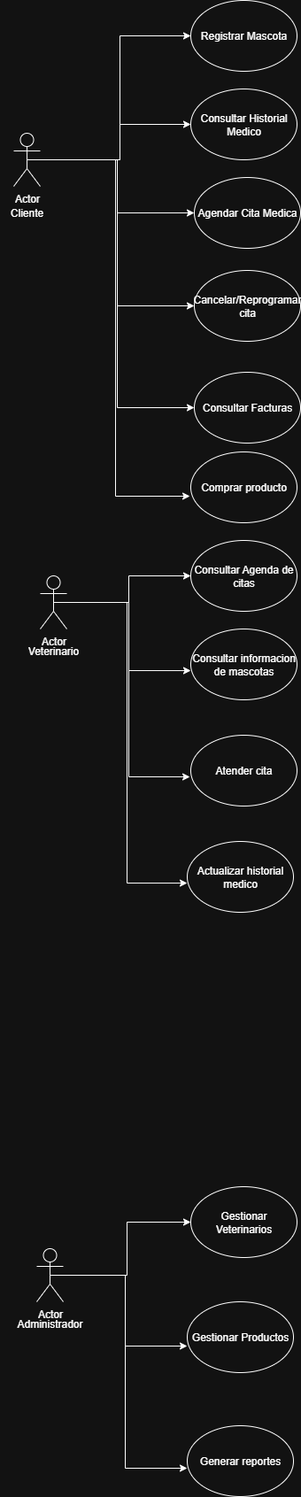
This is docs/uml/casoUso.png from DiegoFernandoChavarroCastillo/PetCare360, a draw.io export, as it was before one commit. Source tidied: cells renumbered, new cells last; positions are measured from the earlier drawing's top-left corner, leaving out a move shared by most shapes. The source it was exported from:
```xml
<mxGraphModel>
  <root>
    <mxCell id="0" />
    <mxCell id="1" parent="0" />
    <mxCell id="2" value="Registrar Mascota" style="ellipse;whiteSpace=wrap;html=1;" parent="1" vertex="1">
      <mxGeometry x="215" width="120" height="80" as="geometry" />
    </mxCell>
    <mxCell id="3" style="edgeStyle=orthogonalEdgeStyle;rounded=0;jettySize=auto;html=1;exitX=0.5;exitY=0.5;exitDx=0;exitDy=0;exitPerimeter=0;" parent="1" edge="1" source="8" target="2">
      <mxGeometry relative="1" as="geometry">
        <Array as="points">
          <mxPoint x="135" y="180" />
          <mxPoint x="135" y="40" />
        </Array>
      </mxGeometry>
    </mxCell>
    <mxCell id="4" style="edgeStyle=orthogonalEdgeStyle;rounded=0;jettySize=auto;html=1;exitX=0.5;exitY=0.5;exitDx=0;exitDy=0;exitPerimeter=0;entryX=0;entryY=0.5;entryDx=0;entryDy=0;" parent="1" edge="1" source="8" target="9">
      <mxGeometry relative="1" as="geometry">
        <Array as="points">
          <mxPoint x="135" y="180" />
          <mxPoint x="135" y="140" />
        </Array>
      </mxGeometry>
    </mxCell>
    <mxCell id="5" style="edgeStyle=orthogonalEdgeStyle;rounded=0;jettySize=auto;html=1;exitX=0.5;exitY=0.5;exitDx=0;exitDy=0;exitPerimeter=0;" parent="1" edge="1" source="8" target="10">
      <mxGeometry relative="1" as="geometry" />
    </mxCell>
    <mxCell id="6" style="edgeStyle=orthogonalEdgeStyle;rounded=0;jettySize=auto;html=1;exitX=0.5;exitY=0.5;exitDx=0;exitDy=0;exitPerimeter=0;entryX=0;entryY=0.5;entryDx=0;entryDy=0;" parent="1" edge="1" source="8" target="11">
      <mxGeometry relative="1" as="geometry" />
    </mxCell>
    <mxCell id="7" style="edgeStyle=orthogonalEdgeStyle;rounded=0;jettySize=auto;html=1;exitX=0.5;exitY=0.5;exitDx=0;exitDy=0;exitPerimeter=0;entryX=0;entryY=0.5;entryDx=0;entryDy=0;" parent="1" edge="1" source="8" target="13">
      <mxGeometry relative="1" as="geometry" />
    </mxCell>
    <mxCell id="8" value="Actor" style="shape=umlActor;verticalLabelPosition=bottom;verticalAlign=top;html=1;outlineConnect=0;" parent="1" vertex="1">
      <mxGeometry x="15" y="150" width="30" height="60" as="geometry" />
    </mxCell>
    <mxCell id="9" value="Consultar Historial Medico" style="ellipse;whiteSpace=wrap;html=1;" parent="1" vertex="1">
      <mxGeometry x="215" y="100" width="120" height="80" as="geometry" />
    </mxCell>
    <mxCell id="10" value="Agendar Cita Medica" style="ellipse;whiteSpace=wrap;html=1;" parent="1" vertex="1">
      <mxGeometry x="219" y="200" width="120" height="80" as="geometry" />
    </mxCell>
    <mxCell id="11" value="Cancelar/Reprogramar cita" style="ellipse;whiteSpace=wrap;html=1;" parent="1" vertex="1">
      <mxGeometry x="219" y="305" width="120" height="80" as="geometry" />
    </mxCell>
    <mxCell id="12" value="Cliente" style="text;html=1;align=center;verticalAlign=middle;whiteSpace=wrap;rounded=0;" parent="1" vertex="1">
      <mxGeometry y="225" width="60" height="30" as="geometry" />
    </mxCell>
    <mxCell id="13" value="Consultar Facturas" style="ellipse;whiteSpace=wrap;html=1;" parent="1" vertex="1">
      <mxGeometry x="219" y="420" width="120" height="80" as="geometry" />
    </mxCell>
    <mxCell id="14" style="edgeStyle=orthogonalEdgeStyle;rounded=0;jettySize=auto;html=1;exitX=0.5;exitY=0.5;exitDx=0;exitDy=0;exitPerimeter=0;entryX=0;entryY=0.5;entryDx=0;entryDy=0;" parent="1" edge="1" source="15" target="17">
      <mxGeometry relative="1" as="geometry" />
    </mxCell>
    <mxCell id="15" value="Actor" style="shape=umlActor;verticalLabelPosition=bottom;verticalAlign=top;html=1;outlineConnect=0;" parent="1" vertex="1">
      <mxGeometry x="45" y="650" width="30" height="60" as="geometry" />
    </mxCell>
    <mxCell id="16" value="Veterinario" style="text;html=1;align=center;verticalAlign=middle;whiteSpace=wrap;rounded=0;" parent="1" vertex="1">
      <mxGeometry x="30" y="720" width="60" height="30" as="geometry" />
    </mxCell>
    <mxCell id="17" value="Consultar Agenda de citas" style="ellipse;whiteSpace=wrap;html=1;" parent="1" vertex="1">
      <mxGeometry x="215" y="610" width="120" height="80" as="geometry" />
    </mxCell>
    <mxCell id="18" value="Consultar informacion de mascotas" style="ellipse;whiteSpace=wrap;html=1;" parent="1" vertex="1">
      <mxGeometry x="215" y="710" width="120" height="80" as="geometry" />
    </mxCell>
    <mxCell id="19" value="Atender cita" style="ellipse;whiteSpace=wrap;html=1;" parent="1" vertex="1">
      <mxGeometry x="215" y="830" width="120" height="80" as="geometry" />
    </mxCell>
    <mxCell id="20" style="edgeStyle=orthogonalEdgeStyle;rounded=0;jettySize=auto;html=1;exitX=0.5;exitY=0.5;exitDx=0;exitDy=0;exitPerimeter=0;entryX=-0.008;entryY=0.588;entryDx=0;entryDy=0;entryPerimeter=0;" parent="1" edge="1" source="15" target="19">
      <mxGeometry relative="1" as="geometry" />
    </mxCell>
    <mxCell id="21" style="edgeStyle=orthogonalEdgeStyle;rounded=0;jettySize=auto;html=1;exitX=0.5;exitY=0.5;exitDx=0;exitDy=0;exitPerimeter=0;entryX=0;entryY=0.588;entryDx=0;entryDy=0;entryPerimeter=0;" parent="1" edge="1" source="15" target="18">
      <mxGeometry relative="1" as="geometry" />
    </mxCell>
    <mxCell id="22" style="edgeStyle=orthogonalEdgeStyle;rounded=0;jettySize=auto;html=1;exitX=0.5;exitY=0.5;exitDx=0;exitDy=0;exitPerimeter=0;entryX=0;entryY=0.5;entryDx=0;entryDy=0;" parent="1" edge="1" source="23" target="25">
      <mxGeometry relative="1" as="geometry" />
    </mxCell>
    <mxCell id="23" value="Actor" style="shape=umlActor;verticalLabelPosition=bottom;verticalAlign=top;html=1;outlineConnect=0;" parent="1" vertex="1">
      <mxGeometry x="41" y="1410" width="30" height="60" as="geometry" />
    </mxCell>
    <mxCell id="24" value="Administrador" style="text;html=1;align=center;verticalAlign=middle;whiteSpace=wrap;rounded=0;" parent="1" vertex="1">
      <mxGeometry x="26" y="1480" width="60" height="30" as="geometry" />
    </mxCell>
    <mxCell id="25" value="Gestionar Veterinarios" style="ellipse;whiteSpace=wrap;html=1;" parent="1" vertex="1">
      <mxGeometry x="215" y="1340" width="120" height="80" as="geometry" />
    </mxCell>
    <mxCell id="26" value="Gestionar Productos" style="ellipse;whiteSpace=wrap;html=1;" parent="1" vertex="1">
      <mxGeometry x="211" y="1470" width="120" height="80" as="geometry" />
    </mxCell>
    <mxCell id="27" value="Generar reportes" style="ellipse;whiteSpace=wrap;html=1;" parent="1" vertex="1">
      <mxGeometry x="211" y="1610" width="120" height="80" as="geometry" />
    </mxCell>
    <mxCell id="28" style="edgeStyle=orthogonalEdgeStyle;rounded=0;jettySize=auto;html=1;exitX=0.5;exitY=0.5;exitDx=0;exitDy=0;exitPerimeter=0;entryX=0;entryY=0.6;entryDx=0;entryDy=0;entryPerimeter=0;" parent="1" edge="1" source="23" target="27">
      <mxGeometry relative="1" as="geometry" />
    </mxCell>
    <mxCell id="29" style="edgeStyle=orthogonalEdgeStyle;rounded=0;jettySize=auto;html=1;exitX=0.5;exitY=0.5;exitDx=0;exitDy=0;exitPerimeter=0;entryX=0;entryY=0.625;entryDx=0;entryDy=0;entryPerimeter=0;" parent="1" edge="1" source="23" target="26">
      <mxGeometry relative="1" as="geometry" />
    </mxCell>
    <mxCell id="30" value="Comprar producto" style="ellipse;whiteSpace=wrap;html=1;" parent="1" vertex="1">
      <mxGeometry x="215" y="510" width="120" height="80" as="geometry" />
    </mxCell>
    <mxCell id="31" style="edgeStyle=orthogonalEdgeStyle;rounded=0;jettySize=auto;html=1;exitX=0.5;exitY=0.5;exitDx=0;exitDy=0;exitPerimeter=0;entryX=-0.008;entryY=0.625;entryDx=0;entryDy=0;entryPerimeter=0;" parent="1" edge="1" source="8" target="30">
      <mxGeometry relative="1" as="geometry" />
    </mxCell>
    <mxCell id="32" value="Actualizar historial medico" style="ellipse;whiteSpace=wrap;html=1;" parent="1" vertex="1">
      <mxGeometry x="211" y="950" width="120" height="80" as="geometry" />
    </mxCell>
    <mxCell id="33" style="edgeStyle=orthogonalEdgeStyle;rounded=0;jettySize=auto;html=1;exitX=0.5;exitY=0.5;exitDx=0;exitDy=0;exitPerimeter=0;entryX=0;entryY=0.588;entryDx=0;entryDy=0;entryPerimeter=0;" parent="1" edge="1" source="15" target="32">
      <mxGeometry relative="1" as="geometry" />
    </mxCell>
  </root>
</mxGraphModel>
```
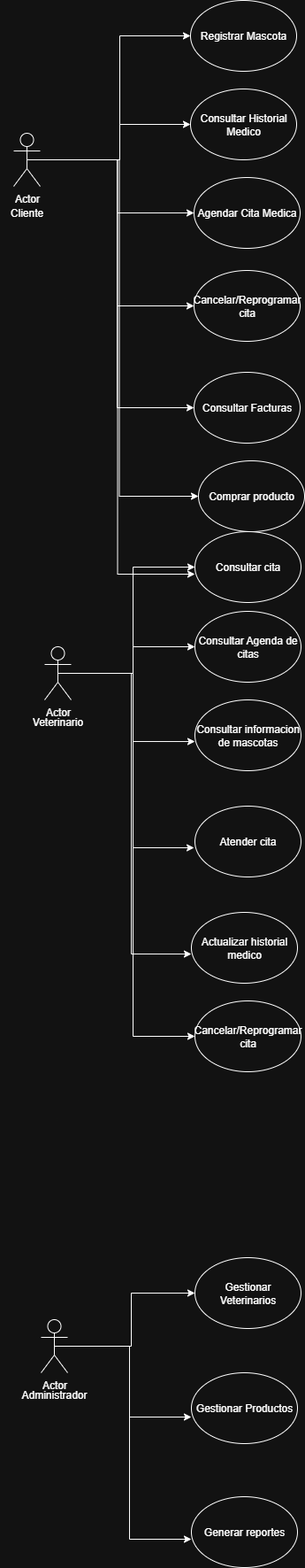
After the change.

Commit message:
actualizacion de diagramas y readme

Change to the diagram source:
```diff
@@ -3,21 +3,21 @@
     <mxCell id="0" />
     <mxCell id="1" parent="0" />
     <mxCell id="2" value="Registrar Mascota" style="ellipse;whiteSpace=wrap;html=1;" parent="1" vertex="1">
-      <mxGeometry x="215" width="120" height="80" as="geometry" />
+      <mxGeometry x="210" y="-80" width="120" height="80" as="geometry" />
     </mxCell>
     <mxCell id="3" style="edgeStyle=orthogonalEdgeStyle;rounded=0;jettySize=auto;html=1;exitX=0.5;exitY=0.5;exitDx=0;exitDy=0;exitPerimeter=0;" parent="1" edge="1" source="8" target="2">
       <mxGeometry relative="1" as="geometry">
         <Array as="points">
-          <mxPoint x="135" y="180" />
-          <mxPoint x="135" y="40" />
+          <mxPoint x="130" y="100" />
+          <mxPoint x="130" y="-40" />
         </Array>
       </mxGeometry>
     </mxCell>
     <mxCell id="4" style="edgeStyle=orthogonalEdgeStyle;rounded=0;jettySize=auto;html=1;exitX=0.5;exitY=0.5;exitDx=0;exitDy=0;exitPerimeter=0;entryX=0;entryY=0.5;entryDx=0;entryDy=0;" parent="1" edge="1" source="8" target="9">
       <mxGeometry relative="1" as="geometry">
         <Array as="points">
-          <mxPoint x="135" y="180" />
-          <mxPoint x="135" y="140" />
+          <mxPoint x="130" y="100" />
+          <mxPoint x="130" y="60" />
         </Array>
       </mxGeometry>
     </mxCell>
@@ -31,26 +31,32 @@
       <mxGeometry relative="1" as="geometry" />
     </mxCell>
     <mxCell id="8" value="Actor" style="shape=umlActor;verticalLabelPosition=bottom;verticalAlign=top;html=1;outlineConnect=0;" parent="1" vertex="1">
-      <mxGeometry x="15" y="150" width="30" height="60" as="geometry" />
+      <mxGeometry x="10" y="70" width="30" height="60" as="geometry" />
     </mxCell>
     <mxCell id="9" value="Consultar Historial Medico" style="ellipse;whiteSpace=wrap;html=1;" parent="1" vertex="1">
-      <mxGeometry x="215" y="100" width="120" height="80" as="geometry" />
+      <mxGeometry x="210" y="20" width="120" height="80" as="geometry" />
     </mxCell>
     <mxCell id="10" value="Agendar Cita Medica" style="ellipse;whiteSpace=wrap;html=1;" parent="1" vertex="1">
-      <mxGeometry x="219" y="200" width="120" height="80" as="geometry" />
+      <mxGeometry x="214" y="120" width="120" height="80" as="geometry" />
     </mxCell>
     <mxCell id="11" value="Cancelar/Reprogramar cita" style="ellipse;whiteSpace=wrap;html=1;" parent="1" vertex="1">
-      <mxGeometry x="219" y="305" width="120" height="80" as="geometry" />
+      <mxGeometry x="214" y="225" width="120" height="80" as="geometry" />
     </mxCell>
     <mxCell id="12" value="Cliente" style="text;html=1;align=center;verticalAlign=middle;whiteSpace=wrap;rounded=0;" parent="1" vertex="1">
-      <mxGeometry y="225" width="60" height="30" as="geometry" />
+      <mxGeometry x="-5" y="145" width="60" height="30" as="geometry" />
     </mxCell>
     <mxCell id="13" value="Consultar Facturas" style="ellipse;whiteSpace=wrap;html=1;" parent="1" vertex="1">
-      <mxGeometry x="219" y="420" width="120" height="80" as="geometry" />
+      <mxGeometry x="214" y="340" width="120" height="80" as="geometry" />
     </mxCell>
     <mxCell id="14" style="edgeStyle=orthogonalEdgeStyle;rounded=0;jettySize=auto;html=1;exitX=0.5;exitY=0.5;exitDx=0;exitDy=0;exitPerimeter=0;entryX=0;entryY=0.5;entryDx=0;entryDy=0;" parent="1" edge="1" source="15" target="17">
       <mxGeometry relative="1" as="geometry" />
     </mxCell>
+    <mxCell id="34" style="edgeStyle=orthogonalEdgeStyle;rounded=0;jettySize=auto;html=1;exitX=0.5;exitY=0.5;exitDx=0;exitDy=0;exitPerimeter=0;entryX=0;entryY=0.5;entryDx=0;entryDy=0;" parent="1" edge="1" source="15" target="36">
+      <mxGeometry relative="1" as="geometry" />
+    </mxCell>
+    <mxCell id="35" style="edgeStyle=orthogonalEdgeStyle;rounded=0;jettySize=auto;html=1;exitX=0.5;exitY=0.5;exitDx=0;exitDy=0;exitPerimeter=0;entryX=0;entryY=0.5;entryDx=0;entryDy=0;" parent="1" edge="1" source="15" target="37">
+      <mxGeometry relative="1" as="geometry" />
+    </mxCell>
     <mxCell id="15" value="Actor" style="shape=umlActor;verticalLabelPosition=bottom;verticalAlign=top;html=1;outlineConnect=0;" parent="1" vertex="1">
       <mxGeometry x="45" y="650" width="30" height="60" as="geometry" />
     </mxCell>
@@ -97,9 +103,9 @@
       <mxGeometry relative="1" as="geometry" />
     </mxCell>
     <mxCell id="30" value="Comprar producto" style="ellipse;whiteSpace=wrap;html=1;" parent="1" vertex="1">
-      <mxGeometry x="215" y="510" width="120" height="80" as="geometry" />
+      <mxGeometry x="219" y="440" width="120" height="80" as="geometry" />
     </mxCell>
-    <mxCell id="31" style="edgeStyle=orthogonalEdgeStyle;rounded=0;jettySize=auto;html=1;exitX=0.5;exitY=0.5;exitDx=0;exitDy=0;exitPerimeter=0;entryX=-0.008;entryY=0.625;entryDx=0;entryDy=0;entryPerimeter=0;" parent="1" edge="1" source="8" target="30">
+    <mxCell id="31" style="edgeStyle=orthogonalEdgeStyle;rounded=0;jettySize=auto;html=1;exitX=0.5;exitY=0.5;exitDx=0;exitDy=0;exitPerimeter=0;entryX=0;entryY=0.5;entryDx=0;entryDy=0;" parent="1" edge="1" source="8" target="30">
       <mxGeometry relative="1" as="geometry" />
     </mxCell>
     <mxCell id="32" value="Actualizar historial medico" style="ellipse;whiteSpace=wrap;html=1;" parent="1" vertex="1">
@@ -108,5 +114,14 @@
     <mxCell id="33" style="edgeStyle=orthogonalEdgeStyle;rounded=0;jettySize=auto;html=1;exitX=0.5;exitY=0.5;exitDx=0;exitDy=0;exitPerimeter=0;entryX=0;entryY=0.588;entryDx=0;entryDy=0;entryPerimeter=0;" parent="1" edge="1" source="15" target="32">
       <mxGeometry relative="1" as="geometry" />
     </mxCell>
+    <mxCell id="36" value="Cancelar/Reprogramar cita" style="ellipse;whiteSpace=wrap;html=1;" parent="1" vertex="1">
+      <mxGeometry x="215" y="1050" width="120" height="80" as="geometry" />
+    </mxCell>
+    <mxCell id="37" value="Consultar cita" style="ellipse;whiteSpace=wrap;html=1;" parent="1" vertex="1">
+      <mxGeometry x="215" y="520" width="120" height="80" as="geometry" />
+    </mxCell>
+    <mxCell id="38" style="edgeStyle=orthogonalEdgeStyle;rounded=0;jettySize=auto;html=1;exitX=0.5;exitY=0.5;exitDx=0;exitDy=0;exitPerimeter=0;entryX=0;entryY=0.6;entryDx=0;entryDy=0;entryPerimeter=0;" parent="1" edge="1" source="8" target="37">
+      <mxGeometry relative="1" as="geometry" />
+    </mxCell>
   </root>
 </mxGraphModel>
```
